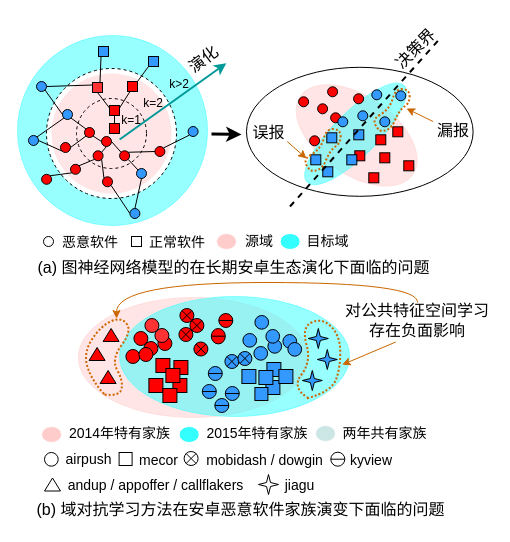
Above: importance_weight_schema.drawio in sunray42/diagrams (draw.io), before the change. Source tidied: cells renumbered, new cells numbered last; positions are measured from the earlier drawing's top-left corner, leaving out a move shared by most shapes. Both pictures are drawn from the tidied source at 100%, with x=0, y=0 at pixel (17, 33).
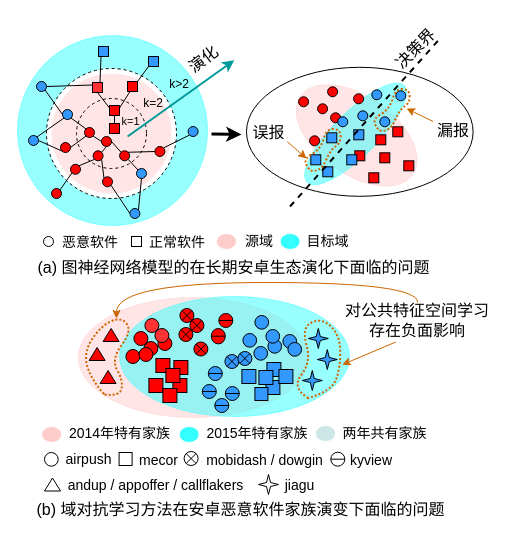
The same page after the edit.

The change refers to these unchanged cells:
```xml
<mxCell id="26" style="ellipse;whiteSpace=wrap;html=1;strokeColor=#000000;fillColor=#3399FF;" parent="1" vertex="1">
  <mxGeometry x="119" y="135" width="10" height="10" as="geometry" />
</mxCell>
<mxCell id="49" style="ellipse;whiteSpace=wrap;html=1;strokeColor=#000000;fillColor=#3399FF;" parent="1" vertex="1">
  <mxGeometry x="112.4" y="175" width="10" height="10" as="geometry" />
</mxCell>
```

What changed in the source:
```diff
@@
-    <mxCell id="47" style="edgeStyle=none;rounded=0;jettySize=auto;html=1;exitX=0.5;exitY=0;exitDx=0;exitDy=0;entryX=0.5;entryY=1;entryDx=0;entryDy=0;strokeColor=#000000;strokeWidth=1;endArrow=none;endFill=0;" parent="1" edge="1" source="49" target="26">
+    <mxCell id="47" style="edgeStyle=none;rounded=0;jettySize=auto;html=1;exitX=1;exitY=0;exitDx=0;exitDy=0;entryX=0.5;entryY=1;entryDx=0;entryDy=0;strokeColor=#000000;strokeWidth=1;endArrow=none;endFill=0;" parent="1" edge="1" source="49" target="26">
       <mxGeometry relative="1" as="geometry" />
     </mxCell>
@@
     <mxCell id="52" style="ellipse;whiteSpace=wrap;html=1;strokeColor=#000000;fillColor=#FF0000;" parent="1" vertex="1">
-      <mxGeometry x="24.1" y="140.8" width="10" height="10" as="geometry" />
+      <mxGeometry x="34" y="155" width="10" height="10" as="geometry" />
     </mxCell>
     <mxCell id="53" style="endArrow=classic;html=1;rounded=0;strokeWidth=2;strokeColor=#009999;" parent="1" edge="1">
       <mxGeometry relative="1" as="geometry">
-        <mxPoint x="102.1" y="106" as="sourcePoint" />
-        <mxPoint x="208.8" y="29.7" as="targetPoint" />
+        <mxPoint x="110.1" y="103" as="sourcePoint" />
+        <mxPoint x="216.8" y="26.7" as="targetPoint" />
       </mxGeometry>
     </mxCell>
@@
-    <mxCell id="165" value="k=1" style="text;html=1;strokeColor=none;fillColor=none;align=center;verticalAlign=middle;whiteSpace=wrap;rounded=0;" parent="1" vertex="1">
-      <mxGeometry x="103.4" y="77.3" width="22" height="19" as="geometry" />
+    <mxCell id="165" value="&lt;font style=&quot;font-size: 11px;&quot;&gt;k=1&lt;/font&gt;" style="text;html=1;strokeColor=none;fillColor=none;align=center;verticalAlign=middle;whiteSpace=wrap;rounded=0;" parent="1" vertex="1">
+      <mxGeometry x="103.4" y="83" width="20.6" height="10" as="geometry" />
     </mxCell>
```
